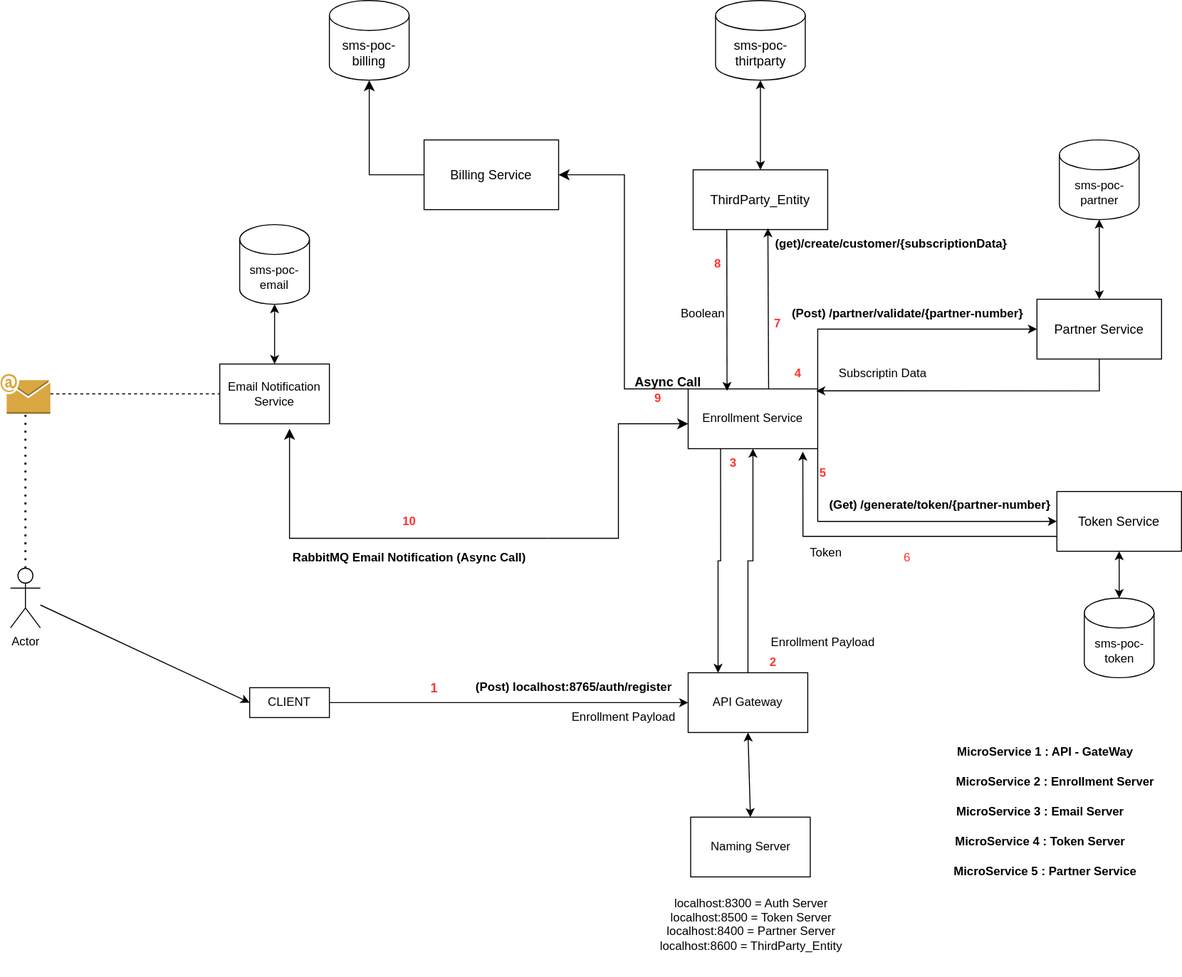
This is api-gateway/src/main/Untitled Diagram.drawio.svg from miit-netweb/SMS-POC-API-Gateway, a draw.io export, as it was before one commit. Source tidied: cells renumbered, new cells last; positions are measured from the earlier drawing's top-left corner, leaving out a move shared by most shapes.
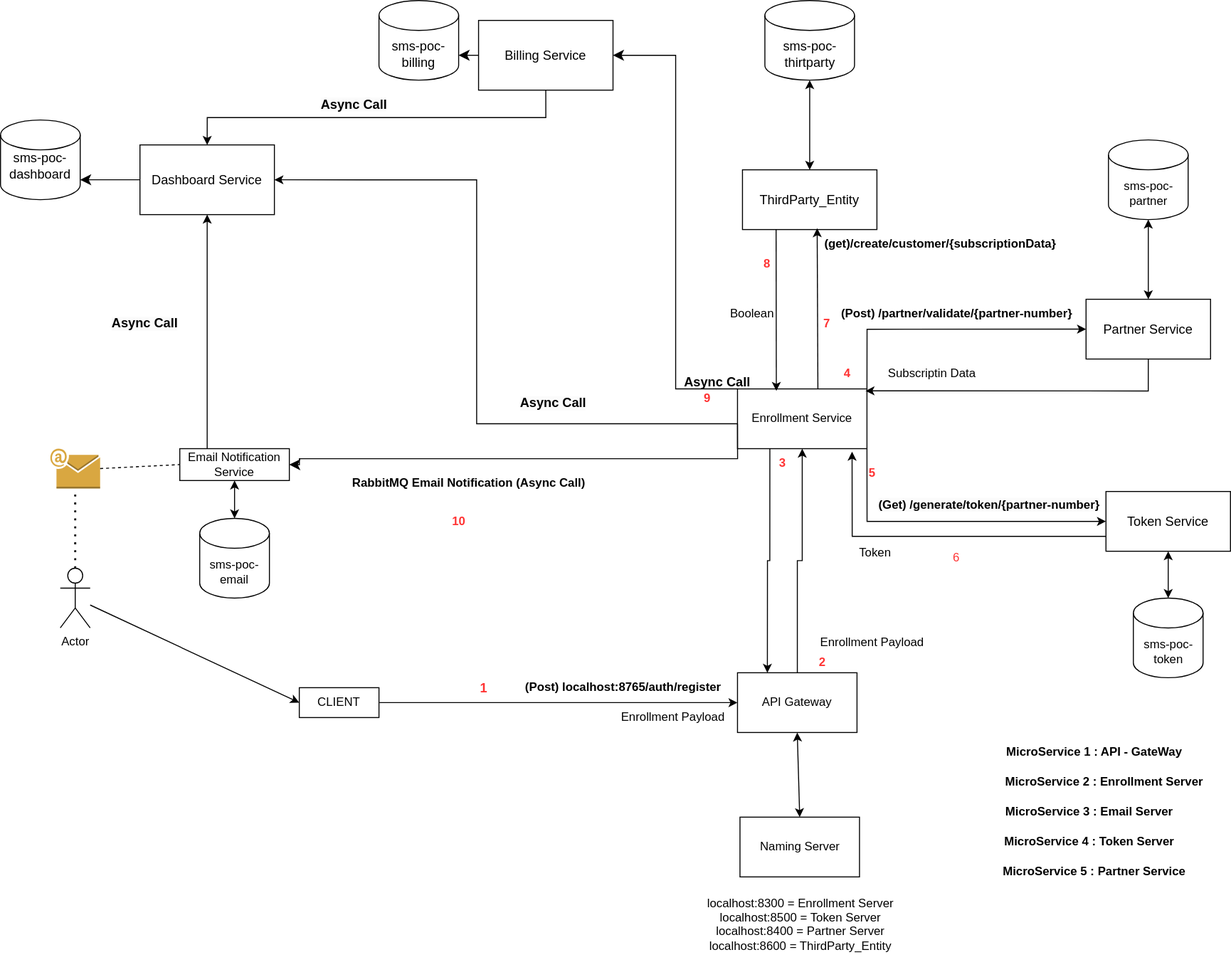
Above is the later version.

The edit, as a diff of the source:
```diff
@@ -23,8 +23,16 @@
     <mxCell id="8" value="Naming Server" style="rounded=0;whiteSpace=wrap;html=1;" parent="1" vertex="1">
       <mxGeometry x="692.5" y="820" width="120" height="60" as="geometry" />
     </mxCell>
+    <mxCell id="66" style="edgeStyle=orthogonalEdgeStyle;rounded=0;jettySize=auto;html=1;exitX=0.25;exitY=0;exitDx=0;exitDy=0;entryX=0.5;entryY=1;entryDx=0;entryDy=0;" parent="1" edge="1" source="9" target="70">
+      <mxGeometry relative="1" as="geometry" />
+    </mxCell>
+    <mxCell id="67" style="edgeStyle=orthogonalEdgeStyle;rounded=0;jettySize=auto;html=1;exitX=0.5;exitY=0;exitDx=0;exitDy=0;" parent="1" edge="1" source="9">
+      <mxGeometry relative="1" as="geometry">
+        <mxPoint x="184.3" y="480" as="targetPoint" />
+      </mxGeometry>
+    </mxCell>
     <mxCell id="9" value="Email Notification Service" style="rounded=0;whiteSpace=wrap;html=1;" parent="1" vertex="1">
-      <mxGeometry x="220" y="365" width="110" height="60" as="geometry" />
+      <mxGeometry x="130" y="450" width="110" height="32" as="geometry" />
     </mxCell>
     <mxCell id="10" style="edgeStyle=orthogonalEdgeStyle;rounded=0;jettySize=auto;html=1;entryX=0;entryY=0.5;entryDx=0;entryDy=0;exitX=1;exitY=0.5;exitDx=0;exitDy=0;" parent="1" edge="1" source="11" target="3">
       <mxGeometry relative="1" as="geometry">
@@ -46,7 +54,7 @@
     <mxCell id="14" value="Enrollment Payload" style="text;html=1;align=center;verticalAlign=middle;strokeColor=none;fillColor=none;" parent="1" vertex="1">
       <mxGeometry x="560" y="705" width="130" height="30" as="geometry" />
     </mxCell>
-    <mxCell id="15" value="localhost:8300 = Auth Server&lt;div&gt;localhost:8500 = Token Server&lt;/div&gt;&lt;div&gt;localhost:8400 = Partner Server&lt;/div&gt;&lt;div&gt;localhost:8600 = ThirdParty_Entity&lt;/div&gt;&lt;div&gt;&amp;nbsp;&lt;/div&gt;" style="text;html=1;align=center;verticalAlign=middle;strokeColor=none;fillColor=none;" parent="1" vertex="1">
+    <mxCell id="15" value="localhost:8300 = Enrollment Server&lt;div&gt;localhost:8500 = Token Server&lt;/div&gt;&lt;div&gt;localhost:8400 = Partner Server&lt;/div&gt;&lt;div&gt;localhost:8600 = ThirdParty_Entity&lt;/div&gt;&lt;div&gt;&amp;nbsp;&lt;/div&gt;" style="text;html=1;align=center;verticalAlign=middle;strokeColor=none;fillColor=none;" parent="1" vertex="1">
       <mxGeometry x="647.5" y="890" width="210" height="90" as="geometry" />
     </mxCell>
     <mxCell id="16" value="&lt;b&gt;(Post) localhost:8765/auth/register&lt;/b&gt;" style="text;html=1;align=center;verticalAlign=middle;strokeColor=none;fillColor=none;" parent="1" vertex="1">
@@ -68,10 +76,10 @@
       <mxGeometry relative="1" as="geometry" />
     </mxCell>
     <mxCell id="22" value="&lt;b&gt;&lt;font style=&quot;font-size: 12px;&quot;&gt;RabbitMQ Email Notification (Async Call)&lt;/font&gt;&lt;/b&gt;" style="text;html=1;align=center;verticalAlign=middle;strokeColor=none;fillColor=none;" parent="1" vertex="1">
-      <mxGeometry x="280" y="545" width="260" height="30" as="geometry" />
+      <mxGeometry x="290" y="470" width="260" height="30" as="geometry" />
     </mxCell>
     <mxCell id="23" style="outlineConnect=0;dashed=0;verticalLabelPosition=bottom;verticalAlign=top;align=center;html=1;shape=mxgraph.aws3.email;fillColor=#D9A741;gradientColor=none;" parent="1" vertex="1">
-      <mxGeometry y="375" width="50" height="40" as="geometry" />
+      <mxGeometry y="450" width="50" height="40" as="geometry" />
     </mxCell>
     <mxCell id="24" value="Actor" style="shape=umlActor;verticalLabelPosition=bottom;verticalAlign=top;html=1;outlineConnect=0;" parent="1" vertex="1">
       <mxGeometry x="10" y="570" width="30" height="60" as="geometry" />
@@ -137,11 +145,8 @@
       <mxGeometry x="942.5" y="860" width="210" height="30" as="geometry" />
     </mxCell>
     <mxCell id="45" value="sms-poc-email" style="shape=cylinder3;whiteSpace=wrap;html=1;boundedLbl=1;backgroundOutline=1;size=15;" parent="1" vertex="1">
-      <mxGeometry x="240" y="225" width="70" height="80" as="geometry" />
+      <mxGeometry x="150" y="520" width="70" height="80" as="geometry" />
     </mxCell>
-    <mxCell id="46" style="endArrow=classic;startArrow=classic;html=1;rounded=0;entryX=0.5;entryY=1;entryDx=0;entryDy=0;entryPerimeter=0;exitX=0.5;exitY=0;exitDx=0;exitDy=0;" parent="1" edge="1" source="9" target="45">
-      <mxGeometry relative="1" as="geometry" />
-    </mxCell>
     <mxCell id="47" value="&lt;font style=&quot;font-size: 13px;&quot;&gt;ThirdParty_Entity&lt;/font&gt;" style="rounded=0;whiteSpace=wrap;html=1;" parent="1" vertex="1">
       <mxGeometry x="695" y="170" width="135" height="60" as="geometry" />
     </mxCell>
@@ -180,11 +185,22 @@
     <mxCell id="57" style="edgeStyle=elbowEdgeStyle;elbow=horizontal;endArrow=classic;html=1;curved=0;rounded=0;endSize=8;startSize=8;exitX=0;exitY=0;exitDx=0;exitDy=0;entryX=1;entryY=0.5;entryDx=0;entryDy=0;" parent="1" edge="1" source="7" target="59">
       <mxGeometry relative="1" as="geometry" />
     </mxCell>
+    <mxCell id="68" style="edgeStyle=orthogonalEdgeStyle;rounded=0;jettySize=auto;html=1;exitX=1;exitY=1;exitDx=0;exitDy=0;entryX=1;entryY=0.5;entryDx=0;entryDy=0;" parent="1" edge="1" source="58" target="70">
+      <mxGeometry relative="1" as="geometry">
+        <Array as="points">
+          <mxPoint x="428" y="425" />
+          <mxPoint x="428" y="180" />
+        </Array>
+      </mxGeometry>
+    </mxCell>
     <mxCell id="58" value="&lt;b&gt;&lt;font color=&quot;#ff3333&quot;&gt;9&lt;/font&gt;&lt;/b&gt;" style="text;html=1;align=center;verticalAlign=middle;whiteSpace=wrap;rounded=0;" parent="1" vertex="1">
       <mxGeometry x="630" y="375" width="60" height="50" as="geometry" />
     </mxCell>
+    <mxCell id="69" style="edgeStyle=orthogonalEdgeStyle;rounded=0;jettySize=auto;html=1;exitX=0.5;exitY=1;exitDx=0;exitDy=0;entryX=0.5;entryY=0;entryDx=0;entryDy=0;" parent="1" edge="1" source="59" target="70">
+      <mxGeometry relative="1" as="geometry" />
+    </mxCell>
     <mxCell id="59" value="&lt;font style=&quot;font-size: 13px;&quot;&gt;Billing Service&lt;/font&gt;" style="rounded=0;whiteSpace=wrap;html=1;" parent="1" vertex="1">
-      <mxGeometry x="425" y="140" width="135" height="70" as="geometry" />
+      <mxGeometry x="430" y="20" width="135" height="70" as="geometry" />
     </mxCell>
     <mxCell id="60" style="edgeStyle=segmentEdgeStyle;endArrow=classic;html=1;curved=0;rounded=0;endSize=8;startSize=8;exitX=0;exitY=0.5;exitDx=0;exitDy=0;" parent="1" edge="1" source="59" target="61">
       <mxGeometry relative="1" as="geometry" />
@@ -195,19 +211,38 @@
     <mxCell id="62" value="&lt;b&gt;&lt;font style=&quot;font-size: 13px;&quot;&gt;Async Call&lt;/font&gt;&lt;/b&gt;" style="text;html=1;align=center;verticalAlign=middle;whiteSpace=wrap;rounded=0;rotation=0;" parent="1" vertex="1">
       <mxGeometry x="620" y="365" width="100" height="35" as="geometry" />
     </mxCell>
-    <mxCell id="63" style="edgeStyle=segmentEdgeStyle;endArrow=classic;html=1;curved=0;rounded=0;endSize=8;startSize=8;" parent="1" edge="1">
+    <mxCell id="63" style="edgeStyle=segmentEdgeStyle;endArrow=classic;html=1;curved=0;rounded=0;endSize=8;startSize=8;exitX=1;exitY=1;exitDx=0;exitDy=0;entryX=1;entryY=0.5;entryDx=0;entryDy=0;" parent="1" edge="1" source="58" target="9">
       <mxGeometry relative="1" as="geometry">
-        <mxPoint x="550" y="540" as="sourcePoint" />
-        <mxPoint x="290" y="430" as="targetPoint" />
+        <Array as="points">
+          <mxPoint x="690" y="460" />
+          <mxPoint x="250" y="460" />
+          <mxPoint x="250" y="466" />
+        </Array>
       </mxGeometry>
     </mxCell>
     <mxCell id="64" value="&lt;b&gt;&lt;font color=&quot;#ff3333&quot;&gt;10&lt;/font&gt;&lt;/b&gt;" style="text;html=1;align=center;verticalAlign=middle;strokeColor=none;fillColor=none;" parent="1" vertex="1">
       <mxGeometry x="390" y="508" width="40" height="30" as="geometry" />
     </mxCell>
-    <mxCell id="65" style="edgeStyle=elbowEdgeStyle;elbow=horizontal;endArrow=classic;html=1;curved=0;rounded=0;endSize=8;startSize=8;entryX=1;entryY=1;entryDx=0;entryDy=0;" parent="1" edge="1" target="58">
-      <mxGeometry relative="1" as="geometry">
-        <mxPoint x="550" y="540" as="sourcePoint" />
-      </mxGeometry>
-    </mxCell>
+    <mxCell id="70" value="&lt;span style=&quot;font-size: 13px;&quot;&gt;Dashboard Service&lt;/span&gt;" style="rounded=0;whiteSpace=wrap;html=1;" parent="1" vertex="1">
+      <mxGeometry x="90" y="145" width="135" height="70" as="geometry" />
+    </mxCell>
+    <mxCell id="71" style="edgeStyle=segmentEdgeStyle;endArrow=classic;html=1;curved=0;rounded=0;endSize=8;startSize=8;exitX=0;exitY=0.5;exitDx=0;exitDy=0;" parent="1" edge="1" source="70" target="72">
+      <mxGeometry relative="1" as="geometry" />
+    </mxCell>
+    <mxCell id="72" value="&lt;font style=&quot;font-size: 13px;&quot;&gt;sms-poc-dashboard&lt;/font&gt;&lt;div&gt;&lt;font style=&quot;font-size: 13px;&quot;&gt;&lt;br&gt;&lt;/font&gt;&lt;/div&gt;" style="shape=cylinder3;whiteSpace=wrap;html=1;boundedLbl=1;backgroundOutline=1;size=15;" parent="1" vertex="1">
+      <mxGeometry x="-50" y="120" width="80" height="80" as="geometry" />
+    </mxCell>
+    <mxCell id="73" value="&lt;b style=&quot;forced-color-adjust: none; color: rgb(0, 0, 0); font-family: Helvetica; font-size: 12px; font-style: normal; font-variant-ligatures: normal; font-variant-caps: normal; letter-spacing: normal; orphans: 2; text-align: center; text-indent: 0px; text-transform: none; widows: 2; word-spacing: 0px; -webkit-text-stroke-width: 0px; white-space: normal; background-color: rgb(251, 251, 251); text-decoration-thickness: initial; text-decoration-style: initial; text-decoration-color: initial;&quot;&gt;&lt;font style=&quot;forced-color-adjust: none; font-size: 13px;&quot;&gt;Async Call&lt;/font&gt;&lt;/b&gt;" style="text;whiteSpace=wrap;html=1;" parent="1" vertex="1">
+      <mxGeometry x="270" y="90" width="100" height="40" as="geometry" />
+    </mxCell>
+    <mxCell id="74" value="&lt;b style=&quot;forced-color-adjust: none; color: rgb(0, 0, 0); font-family: Helvetica; font-size: 12px; font-style: normal; font-variant-ligatures: normal; font-variant-caps: normal; letter-spacing: normal; orphans: 2; text-align: center; text-indent: 0px; text-transform: none; widows: 2; word-spacing: 0px; -webkit-text-stroke-width: 0px; white-space: normal; background-color: rgb(251, 251, 251); text-decoration-thickness: initial; text-decoration-style: initial; text-decoration-color: initial;&quot;&gt;&lt;font style=&quot;forced-color-adjust: none; font-size: 13px;&quot;&gt;Async Call&lt;/font&gt;&lt;/b&gt;" style="text;whiteSpace=wrap;html=1;" parent="1" vertex="1">
+      <mxGeometry x="470" y="390" width="100" height="40" as="geometry" />
+    </mxCell>
+    <mxCell id="75" value="&lt;b style=&quot;forced-color-adjust: none; color: rgb(0, 0, 0); font-family: Helvetica; font-size: 12px; font-style: normal; font-variant-ligatures: normal; font-variant-caps: normal; letter-spacing: normal; orphans: 2; text-align: center; text-indent: 0px; text-transform: none; widows: 2; word-spacing: 0px; -webkit-text-stroke-width: 0px; white-space: normal; background-color: rgb(251, 251, 251); text-decoration-thickness: initial; text-decoration-style: initial; text-decoration-color: initial;&quot;&gt;&lt;font style=&quot;forced-color-adjust: none; font-size: 13px;&quot;&gt;Async Call&lt;/font&gt;&lt;/b&gt;" style="text;whiteSpace=wrap;html=1;" parent="1" vertex="1">
+      <mxGeometry x="60" y="310" width="100" height="40" as="geometry" />
+    </mxCell>
+    <mxCell id="76" style="endArrow=classic;startArrow=classic;html=1;rounded=0;entryX=0.5;entryY=1;entryDx=0;entryDy=0;exitX=0.5;exitY=0;exitDx=0;exitDy=0;exitPerimeter=0;" parent="1" edge="1" source="45" target="9">
+      <mxGeometry relative="1" as="geometry" />
+    </mxCell>
   </root>
 </mxGraphModel>
```
